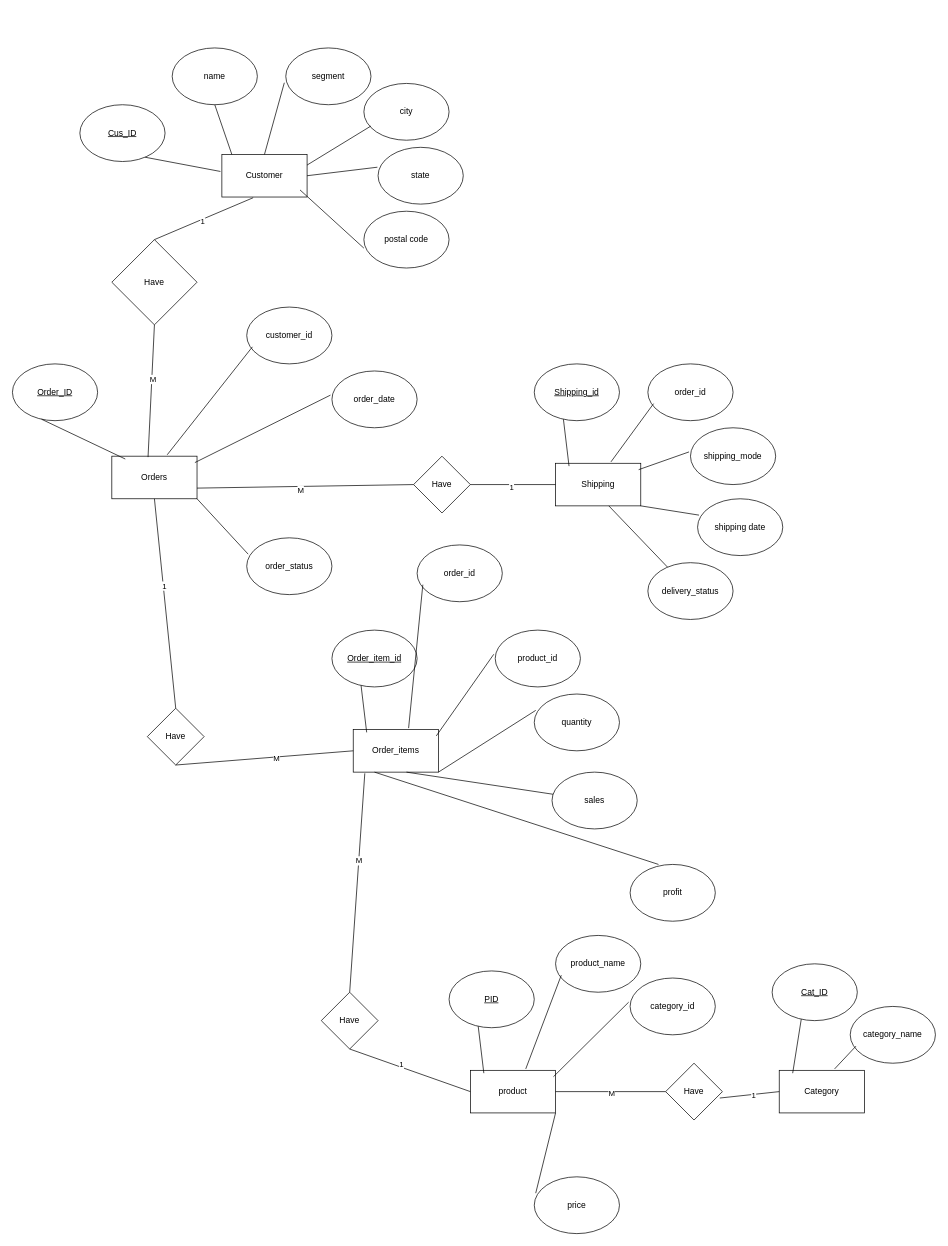
Before: Diagrams/ER.drawio in LLWICK/Data-Warehouse-Project---DataCo-SMART-SUPPLY-CHAIN, a draw.io diagram. Source tidied: cells renumbered, new cells numbered last; positions are measured from the earlier drawing's top-left corner, leaving out a move shared by most shapes. Both pictures are drawn from the tidied source at 71%, with x=0, y=0 at pixel (12, 48).
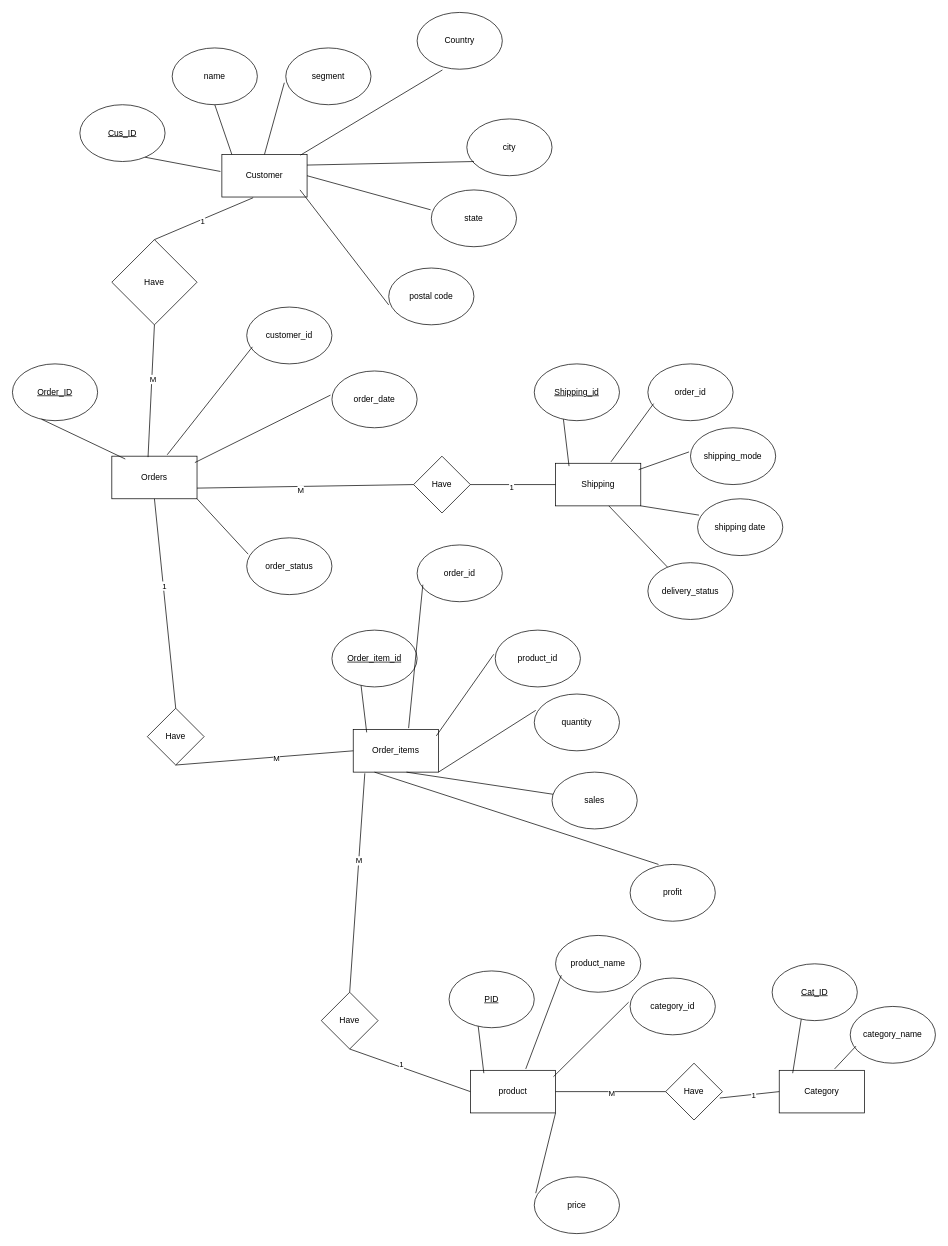
Above is the later version.

The change refers to these unchanged cells:
```xml
<mxCell id="2" value="Customer" style="rounded=0;whiteSpace=wrap;html=1;" parent="1" vertex="1">
  <mxGeometry x="295" y="150" width="120" height="60" as="geometry" />
</mxCell>
```

What changed in the source:
```diff
@@
     <mxCell id="6" value="city" style="ellipse;whiteSpace=wrap;html=1;" parent="1" vertex="1">
-      <mxGeometry x="495" y="50" width="120" height="80" as="geometry" />
+      <mxGeometry x="640" y="100" width="120" height="80" as="geometry" />
     </mxCell>
     <mxCell id="7" value="state" style="ellipse;whiteSpace=wrap;html=1;" parent="1" vertex="1">
-      <mxGeometry x="515" y="140" width="120" height="80" as="geometry" />
+      <mxGeometry x="590" y="200" width="120" height="80" as="geometry" />
     </mxCell>
     <mxCell id="8" value="postal code" style="ellipse;whiteSpace=wrap;html=1;" parent="1" vertex="1">
-      <mxGeometry x="495" y="230" width="120" height="80" as="geometry" />
+      <mxGeometry x="530" y="310" width="120" height="80" as="geometry" />
     </mxCell>
@@
+    <mxCell id="87" value="Country" style="ellipse;whiteSpace=wrap;html=1;" parent="1" vertex="1">
+      <mxGeometry x="570" y="-50" width="120" height="80" as="geometry" />
+    </mxCell>
+    <mxCell id="88" style="endArrow=none;html=1;rounded=0;exitX=0.922;exitY=0.017;exitDx=0;exitDy=0;exitPerimeter=0;entryX=0.297;entryY=1.013;entryDx=0;entryDy=0;entryPerimeter=0;" parent="1" edge="1" source="2" target="87">
+      <mxGeometry relative="1" as="geometry" />
+    </mxCell>
```
